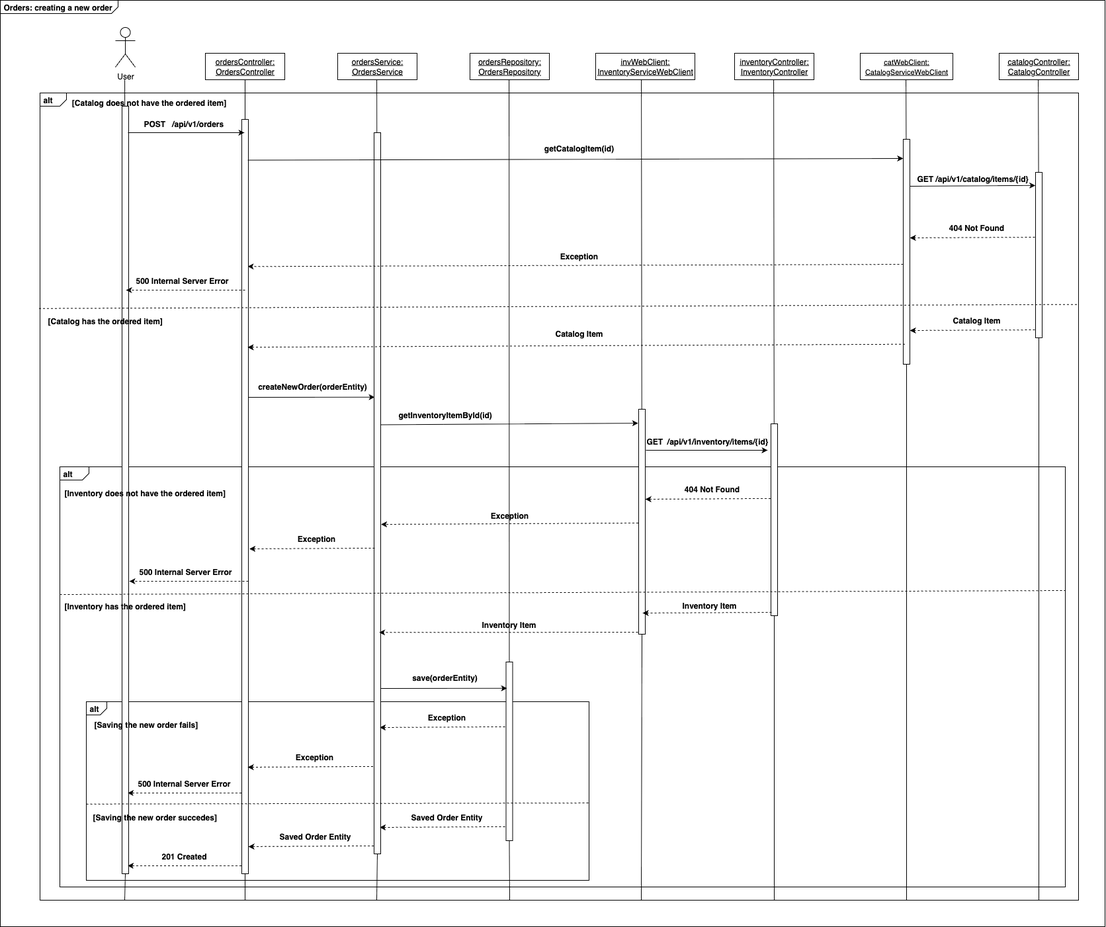
Earlier version of the draw.io export docs/images/oms-ord-sd.png (abhitatachar2000/order-management-system). Source tidied: cells renumbered, new cells last; positions are measured from the earlier drawing's top-left corner, leaving out a move shared by most shapes.
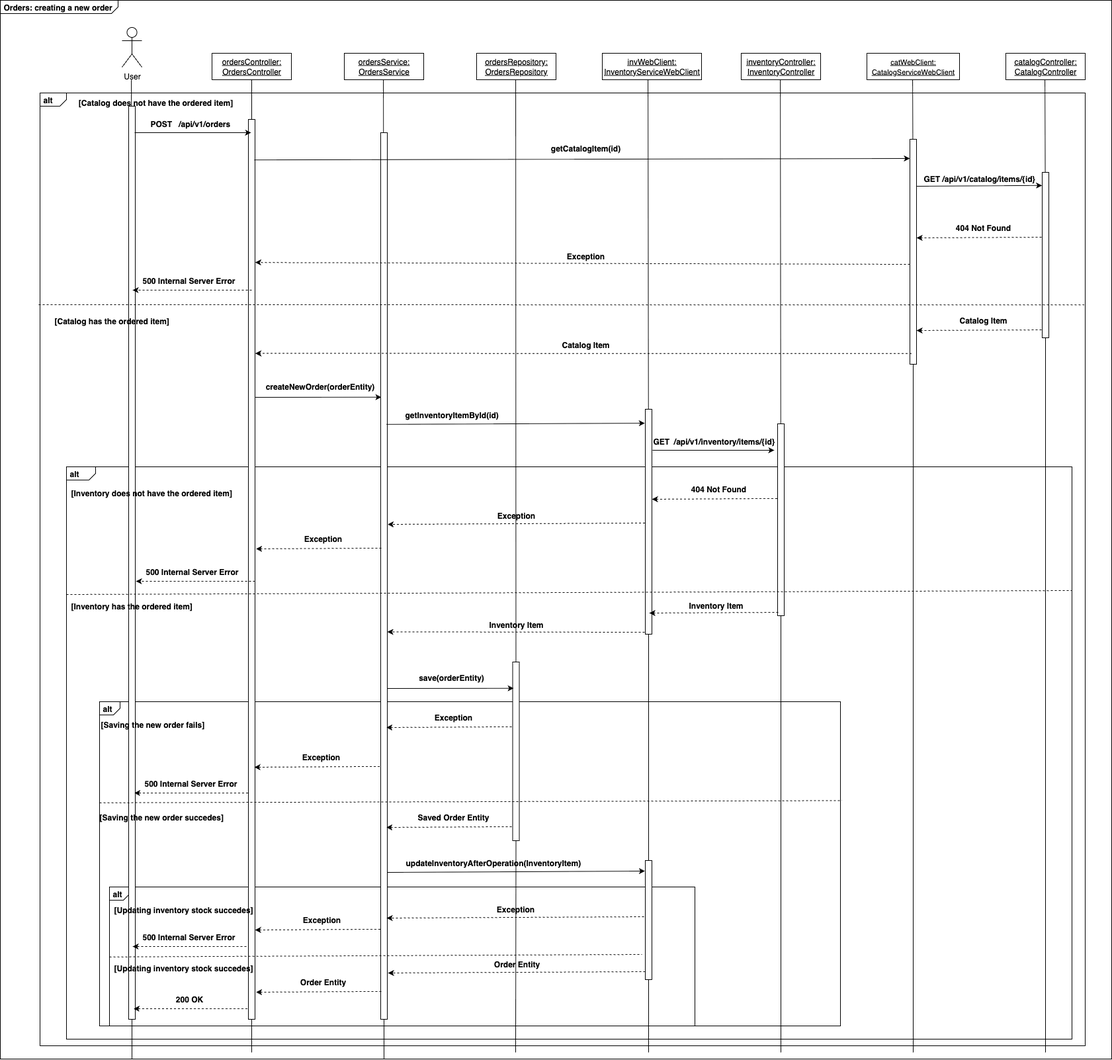
Above is the later version.

Change to the diagram source:
```diff
@@ -3,17 +3,20 @@
     <mxCell id="0" />
     <mxCell id="1" parent="0" />
     <mxCell id="2" value="&lt;p style=&quot;margin:0px;margin-top:4px;margin-left:5px;text-align:left;&quot;&gt;&lt;b&gt;Orders: creating a new order&lt;/b&gt;&lt;/p&gt;" style="html=1;shape=mxgraph.sysml.package;overflow=fill;labelX=178.17;align=left;spacingLeft=5;verticalAlign=top;spacingTop=-3;" parent="1" vertex="1">
-      <mxGeometry width="1670" height="1400" as="geometry" />
+      <mxGeometry x="-10" width="1680" height="1600" as="geometry" />
     </mxCell>
     <mxCell id="3" value="&lt;p style=&quot;margin:0px;margin-top:4px;margin-left:5px;text-align:left;&quot;&gt;&lt;b&gt;alt&lt;/b&gt;&lt;/p&gt;" style="html=1;shape=mxgraph.sysml.package;overflow=fill;labelX=40;align=left;spacingLeft=5;verticalAlign=top;spacingTop=-3;" parent="1" vertex="1">
-      <mxGeometry x="60" y="140" width="1570" height="1220" as="geometry" />
+      <mxGeometry x="50" y="140" width="1580" height="1440" as="geometry" />
     </mxCell>
     <mxCell id="4" value="&lt;p style=&quot;margin:0px;margin-top:4px;margin-left:5px;text-align:left;&quot;&gt;&lt;b&gt;alt&lt;/b&gt;&lt;/p&gt;" style="html=1;shape=mxgraph.sysml.package;overflow=fill;labelX=44.83;align=left;spacingLeft=5;verticalAlign=top;spacingTop=-3;" parent="1" vertex="1">
-      <mxGeometry x="90" y="705" width="1520" height="635" as="geometry" />
+      <mxGeometry x="90" y="705" width="1520" height="865" as="geometry" />
     </mxCell>
     <mxCell id="5" value="&lt;p style=&quot;margin:0px;margin-top:4px;margin-left:5px;text-align:left;&quot;&gt;&lt;b&gt;alt&lt;/b&gt;&lt;/p&gt;" style="html=1;shape=mxgraph.sysml.package;overflow=fill;labelX=31.5;align=left;spacingLeft=5;verticalAlign=top;spacingTop=-3;" parent="1" vertex="1">
-      <mxGeometry x="130" y="1060" width="760" height="270" as="geometry" />
+      <mxGeometry x="140" y="1060" width="1120" height="490" as="geometry" />
     </mxCell>
+    <mxCell id="95" value="&lt;p style=&quot;margin:0px;margin-top:4px;margin-left:5px;text-align:left;&quot;&gt;&lt;b&gt;alt&lt;/b&gt;&lt;/p&gt;" style="html=1;shape=mxgraph.sysml.package;overflow=fill;labelX=31.08;align=left;spacingLeft=5;verticalAlign=top;spacingTop=-3;" parent="1" vertex="1">
+      <mxGeometry x="155" y="1340" width="885" height="210" as="geometry" />
+    </mxCell>
     <mxCell id="6" value="User" style="shape=umlActor;verticalLabelPosition=bottom;verticalAlign=top;html=1;" parent="1" vertex="1">
       <mxGeometry x="174" y="41" width="30" height="60" as="geometry" />
     </mxCell>
@@ -78,19 +81,19 @@
     </mxCell>
     <mxCell id="22" style="endArrow=none;html=1;rounded=0;entryX=0.5;entryY=1;entryDx=0;entryDy=0;" parent="1" edge="1" target="23">
       <mxGeometry relative="1" as="geometry">
-        <mxPoint x="188" y="1360" as="sourcePoint" />
+        <mxPoint x="189" y="1600" as="sourcePoint" />
       </mxGeometry>
     </mxCell>
     <mxCell id="23" style="rounded=0;whiteSpace=wrap;html=1;" parent="1" vertex="1">
-      <mxGeometry x="184" y="160" width="10" height="1160" as="geometry" />
+      <mxGeometry x="184" y="160" width="10" height="1380" as="geometry" />
     </mxCell>
     <mxCell id="24" style="endArrow=none;html=1;rounded=0;entryX=0.5;entryY=1;entryDx=0;entryDy=0;" parent="1" edge="1" target="25">
       <mxGeometry relative="1" as="geometry">
-        <mxPoint x="370" y="1360" as="sourcePoint" />
+        <mxPoint x="370" y="1590" as="sourcePoint" />
       </mxGeometry>
     </mxCell>
     <mxCell id="25" style="rounded=0;whiteSpace=wrap;html=1;" parent="1" vertex="1">
-      <mxGeometry x="365" y="180" width="10" height="1140" as="geometry" />
+      <mxGeometry x="365" y="180" width="10" height="1360" as="geometry" />
     </mxCell>
     <mxCell id="26" style="endArrow=classic;html=1;rounded=0;" parent="1" edge="1">
       <mxGeometry relative="1" as="geometry">
@@ -100,21 +103,21 @@
     </mxCell>
     <mxCell id="27" style="endArrow=none;html=1;rounded=0;entryX=0.5;entryY=1;entryDx=0;entryDy=0;" parent="1" edge="1" target="28">
       <mxGeometry relative="1" as="geometry">
-        <mxPoint x="569" y="1360" as="sourcePoint" />
+        <mxPoint x="570" y="1600" as="sourcePoint" />
       </mxGeometry>
     </mxCell>
     <mxCell id="28" style="rounded=0;whiteSpace=wrap;html=1;" parent="1" vertex="1">
-      <mxGeometry x="565" y="200" width="10" height="1090" as="geometry" />
+      <mxGeometry x="565" y="200" width="10" height="1340" as="geometry" />
     </mxCell>
     <mxCell id="29" style="endArrow=none;html=1;rounded=0;entryX=0.5;entryY=1;entryDx=0;entryDy=0;" parent="1" edge="1" target="30">
       <mxGeometry relative="1" as="geometry">
-        <mxPoint x="1370" y="1360" as="sourcePoint" />
+        <mxPoint x="1370" y="1590" as="sourcePoint" />
       </mxGeometry>
     </mxCell>
     <mxCell id="30" style="rounded=0;whiteSpace=wrap;html=1;" parent="1" vertex="1">
       <mxGeometry x="1365" y="210" width="10" height="340" as="geometry" />
     </mxCell>
-    <mxCell id="31" style="endArrow=classic;html=1;rounded=0;exitX=0.933;exitY=0.054;exitDx=0;exitDy=0;exitPerimeter=0;" parent="1" edge="1" source="25">
+    <mxCell id="31" style="endArrow=classic;html=1;rounded=0;exitX=0.9;exitY=0.045;exitDx=0;exitDy=0;exitPerimeter=0;" parent="1" edge="1" source="25">
       <mxGeometry relative="1" as="geometry">
         <mxPoint x="1365" y="239" as="targetPoint" />
       </mxGeometry>
@@ -125,7 +128,7 @@
         <mxPoint x="1375" y="359" as="targetPoint" />
       </mxGeometry>
     </mxCell>
-    <mxCell id="33" style="endArrow=classic;html=1;rounded=0;entryX=0.9;entryY=0.195;entryDx=0;entryDy=0;entryPerimeter=0;dashed=1;" parent="1" edge="1" target="25">
+    <mxCell id="33" style="endArrow=classic;html=1;rounded=0;dashed=1;entryX=1.025;entryY=0.159;entryDx=0;entryDy=0;entryPerimeter=0;" parent="1" edge="1" target="25">
       <mxGeometry relative="1" as="geometry">
         <mxPoint x="1365" y="399" as="sourcePoint" />
       </mxGeometry>
@@ -160,11 +163,11 @@
     <mxCell id="41" value="Catalog Item" style="text;whiteSpace=wrap;fontStyle=1;align=center;" parent="1" vertex="1">
       <mxGeometry x="1386" y="470" width="180" height="40" as="geometry" />
     </mxCell>
-    <mxCell id="42" style="endArrow=classic;html=1;rounded=0;entryX=0.883;entryY=0.302;entryDx=0;entryDy=0;entryPerimeter=0;dashed=1;exitX=0.243;exitY=0.911;exitDx=0;exitDy=0;exitPerimeter=0;" parent="1" edge="1" source="30" target="25">
+    <mxCell id="42" style="endArrow=classic;html=1;rounded=0;dashed=1;exitX=0.262;exitY=0.952;exitDx=0;exitDy=0;exitPerimeter=0;entryX=1.056;entryY=0.26;entryDx=0;entryDy=0;entryPerimeter=0;" parent="1" edge="1" source="30" target="25">
       <mxGeometry relative="1" as="geometry" />
     </mxCell>
     <mxCell id="43" value="Catalog Item" style="text;whiteSpace=wrap;fontStyle=1;align=center;" parent="1" vertex="1">
-      <mxGeometry x="785" y="490" width="180" height="40" as="geometry" />
+      <mxGeometry x="785" y="507" width="180" height="40" as="geometry" />
     </mxCell>
     <mxCell id="44" style="endArrow=classic;html=1;rounded=0;entryX=0.1;entryY=0.364;entryDx=0;entryDy=0;entryPerimeter=0;" parent="1" edge="1">
       <mxGeometry relative="1" as="geometry">
@@ -173,11 +176,11 @@
       </mxGeometry>
     </mxCell>
     <mxCell id="45" value="createNewOrder(orderEntity)" style="text;whiteSpace=wrap;fontStyle=1;align=center;" parent="1" vertex="1">
-      <mxGeometry x="397" y="570" width="150" height="40" as="geometry" />
+      <mxGeometry x="400" y="570" width="147" height="39.2" as="geometry" />
     </mxCell>
     <mxCell id="46" style="endArrow=none;html=1;rounded=0;entryX=0.5;entryY=1;entryDx=0;entryDy=0;" parent="1" edge="1" target="47">
       <mxGeometry relative="1" as="geometry">
-        <mxPoint x="1570" y="1360" as="sourcePoint" />
+        <mxPoint x="1570" y="1590" as="sourcePoint" />
       </mxGeometry>
     </mxCell>
     <mxCell id="47" style="rounded=0;whiteSpace=wrap;html=1;" parent="1" vertex="1">
@@ -191,20 +194,18 @@
     <mxCell id="49" value="GET /api/v1/catalog/items/{id}" style="text;whiteSpace=wrap;fontStyle=1;" parent="1" vertex="1">
       <mxGeometry x="1384" y="256" width="180" height="40" as="geometry" />
     </mxCell>
-    <mxCell id="50" style="endArrow=classic;html=1;rounded=0;entryX=-0.065;entryY=0.062;entryDx=0;entryDy=0;entryPerimeter=0;exitX=0.994;exitY=0.405;exitDx=0;exitDy=0;exitPerimeter=0;" parent="1" edge="1" source="28" target="52">
+    <mxCell id="50" style="endArrow=classic;html=1;rounded=0;entryX=-0.065;entryY=0.062;entryDx=0;entryDy=0;entryPerimeter=0;exitX=0.877;exitY=0.329;exitDx=0;exitDy=0;exitPerimeter=0;" parent="1" edge="1" source="28" target="52">
       <mxGeometry relative="1" as="geometry" />
     </mxCell>
-    <mxCell id="51" style="endArrow=none;html=1;rounded=0;entryX=0.5;entryY=1;entryDx=0;entryDy=0;" parent="1" edge="1" target="52">
-      <mxGeometry relative="1" as="geometry">
-        <mxPoint x="969" y="1360" as="sourcePoint" />
-      </mxGeometry>
+    <mxCell id="51" style="endArrow=none;html=1;rounded=0;entryX=0.5;entryY=1;entryDx=0;entryDy=0;" parent="1" edge="1" source="97" target="52">
+      <mxGeometry relative="1" as="geometry" />
     </mxCell>
     <mxCell id="52" style="rounded=0;whiteSpace=wrap;html=1;" parent="1" vertex="1">
       <mxGeometry x="965" y="618" width="10" height="340" as="geometry" />
     </mxCell>
     <mxCell id="53" style="endArrow=none;html=1;rounded=0;entryX=0.5;entryY=1;entryDx=0;entryDy=0;" parent="1" edge="1" target="54">
       <mxGeometry relative="1" as="geometry">
-        <mxPoint x="1170" y="1360" as="sourcePoint" />
+        <mxPoint x="1170" y="1590" as="sourcePoint" />
       </mxGeometry>
     </mxCell>
     <mxCell id="54" style="rounded=0;whiteSpace=wrap;html=1;" parent="1" vertex="1">
@@ -262,7 +263,7 @@
     <mxCell id="66" value="Inventory Item" style="text;whiteSpace=wrap;fontStyle=1;align=center;" parent="1" vertex="1">
       <mxGeometry x="982" y="901" width="180" height="40" as="geometry" />
     </mxCell>
-    <mxCell id="67" style="endArrow=classic;html=1;rounded=0;entryX=0.767;entryY=0.693;entryDx=0;entryDy=0;entryPerimeter=0;exitX=0.994;exitY=0.405;exitDx=0;exitDy=0;exitPerimeter=0;dashed=1;" parent="1" edge="1" target="28">
+    <mxCell id="67" style="endArrow=classic;html=1;rounded=0;entryX=1.012;entryY=0.563;entryDx=0;entryDy=0;entryPerimeter=0;exitX=0.994;exitY=0.405;exitDx=0;exitDy=0;exitPerimeter=0;dashed=1;" parent="1" edge="1" target="28">
       <mxGeometry relative="1" as="geometry">
         <mxPoint x="964" y="955" as="sourcePoint" />
       </mxGeometry>
@@ -272,7 +273,7 @@
     </mxCell>
     <mxCell id="69" style="endArrow=none;html=1;rounded=0;entryX=0.5;entryY=1;entryDx=0;entryDy=0;" parent="1" edge="1" target="70">
       <mxGeometry relative="1" as="geometry">
-        <mxPoint x="770" y="1360" as="sourcePoint" />
+        <mxPoint x="769" y="1590" as="sourcePoint" />
       </mxGeometry>
     </mxCell>
     <mxCell id="70" style="rounded=0;whiteSpace=wrap;html=1;" parent="1" vertex="1">
@@ -322,24 +323,11 @@
     <mxCell id="81" value="Saved Order Entity" style="text;whiteSpace=wrap;fontStyle=1;align=center;" parent="1" vertex="1">
       <mxGeometry x="584.5" y="1221" width="180" height="40" as="geometry" />
     </mxCell>
-    <mxCell id="82" style="endArrow=classic;html=1;rounded=0;dashed=1;exitX=0.991;exitY=0.697;exitDx=0;exitDy=0;exitPerimeter=0;" parent="1" edge="1" source="83">
-      <mxGeometry relative="1" as="geometry">
-        <mxPoint x="375" y="1279" as="targetPoint" />
-      </mxGeometry>
-    </mxCell>
-    <mxCell id="83" value="Saved Order Entity" style="text;whiteSpace=wrap;fontStyle=1;align=center;" parent="1" vertex="1">
-      <mxGeometry x="386" y="1250" width="180" height="40" as="geometry" />
-    </mxCell>
-    <mxCell id="84" style="endArrow=classic;html=1;rounded=0;dashed=1;exitX=0.984;exitY=0.702;exitDx=0;exitDy=0;exitPerimeter=0;" parent="1" edge="1" source="85">
-      <mxGeometry relative="1" as="geometry">
-        <mxPoint x="192.5" y="1308" as="targetPoint" />
-      </mxGeometry>
-    </mxCell>
-    <mxCell id="85" value="201 Created" style="text;whiteSpace=wrap;fontStyle=1;align=center;" parent="1" vertex="1">
-      <mxGeometry x="187.5" y="1280" width="180" height="40" as="geometry" />
-    </mxCell>
-    <mxCell id="86" style="endArrow=none;html=1;rounded=0;exitX=-0.001;exitY=0.267;exitDx=0;exitDy=0;exitPerimeter=0;entryX=0.999;entryY=0.262;entryDx=0;entryDy=0;entryPerimeter=0;dashed=1;" parent="1" edge="1" source="3" target="3">
-      <mxGeometry relative="1" as="geometry" />
+    <mxCell id="86" style="endArrow=none;html=1;rounded=0;entryX=0.999;entryY=0.262;entryDx=0;entryDy=0;entryPerimeter=0;dashed=1;" parent="1" edge="1">
+      <mxGeometry relative="1" as="geometry">
+        <mxPoint x="48" y="460" as="sourcePoint" />
+        <mxPoint x="1628.4" y="460.3" as="targetPoint" />
+      </mxGeometry>
     </mxCell>
     <mxCell id="87" style="endArrow=none;html=1;rounded=0;exitX=-0.001;exitY=0.267;exitDx=0;exitDy=0;exitPerimeter=0;dashed=1;" parent="1" edge="1">
       <mxGeometry relative="1" as="geometry">
@@ -347,8 +335,10 @@
         <mxPoint x="1610" y="892" as="targetPoint" />
       </mxGeometry>
     </mxCell>
-    <mxCell id="88" style="endArrow=none;html=1;rounded=0;exitX=0;exitY=0.573;exitDx=0;exitDy=0;exitPerimeter=0;entryX=1;entryY=0.567;entryDx=0;entryDy=0;entryPerimeter=0;dashed=1;" parent="1" edge="1" source="5" target="5">
-      <mxGeometry relative="1" as="geometry" />
+    <mxCell id="88" style="endArrow=none;html=1;rounded=0;exitX=0;exitY=0.573;exitDx=0;exitDy=0;exitPerimeter=0;entryX=1.002;entryY=0.305;entryDx=0;entryDy=0;entryPerimeter=0;dashed=1;" parent="1" edge="1" target="5">
+      <mxGeometry relative="1" as="geometry">
+        <mxPoint x="140" y="1212.8" as="sourcePoint" />
+      </mxGeometry>
     </mxCell>
     <mxCell id="89" value="[Catalog does not have the ordered item]" style="text;html=1;align=center;verticalAlign=middle;whiteSpace=wrap;rounded=0;fontStyle=1;" parent="1" vertex="1">
       <mxGeometry x="85" y="140" width="280" height="30" as="geometry" />
@@ -368,5 +358,84 @@
     <mxCell id="94" value="[Saving the new order succedes]" style="text;html=1;align=left;verticalAlign=middle;whiteSpace=wrap;rounded=0;fontStyle=1;" parent="1" vertex="1">
       <mxGeometry x="137.5" y="1220" width="280" height="30" as="geometry" />
     </mxCell>
+    <mxCell id="96" style="endArrow=none;html=1;rounded=0;entryX=0.5;entryY=1;entryDx=0;entryDy=0;" parent="1" edge="1" target="97">
+      <mxGeometry relative="1" as="geometry">
+        <mxPoint x="970" y="1590" as="sourcePoint" />
+      </mxGeometry>
+    </mxCell>
+    <mxCell id="97" style="rounded=0;whiteSpace=wrap;html=1;" parent="1" vertex="1">
+      <mxGeometry x="965" y="1300" width="10" height="180" as="geometry" />
+    </mxCell>
+    <mxCell id="98" style="endArrow=classic;html=1;rounded=0;entryX=-0.065;entryY=0.062;entryDx=0;entryDy=0;entryPerimeter=0;exitX=0.994;exitY=0.405;exitDx=0;exitDy=0;exitPerimeter=0;" parent="1" edge="1">
+      <mxGeometry relative="1" as="geometry">
+        <mxPoint x="575.5" y="1318" as="sourcePoint" />
+        <mxPoint x="964.5" y="1316" as="targetPoint" />
+      </mxGeometry>
+    </mxCell>
+    <mxCell id="99" value="updateInventoryAfterOperation(InventoryItem)" style="text;whiteSpace=wrap;fontStyle=1;" parent="1" vertex="1">
+      <mxGeometry x="600.5" y="1290" width="150" height="40" as="geometry" />
+    </mxCell>
+    <mxCell id="100" style="endArrow=classic;html=1;rounded=0;entryX=-0.065;entryY=0.062;entryDx=0;entryDy=0;entryPerimeter=0;exitX=0.994;exitY=0.405;exitDx=0;exitDy=0;exitPerimeter=0;dashed=1;" parent="1" edge="1">
+      <mxGeometry relative="1" as="geometry">
+        <mxPoint x="963" y="1385" as="sourcePoint" />
+        <mxPoint x="574" y="1387" as="targetPoint" />
+      </mxGeometry>
+    </mxCell>
+    <mxCell id="101" value="Exception" style="text;whiteSpace=wrap;fontStyle=1;align=center;" parent="1" vertex="1">
+      <mxGeometry x="678.5" y="1360" width="180" height="40" as="geometry" />
+    </mxCell>
+    <mxCell id="102" style="endArrow=classic;html=1;rounded=0;dashed=1;exitX=0.991;exitY=0.697;exitDx=0;exitDy=0;exitPerimeter=0;" parent="1" edge="1" source="103">
+      <mxGeometry relative="1" as="geometry">
+        <mxPoint x="375" y="1405" as="targetPoint" />
+      </mxGeometry>
+    </mxCell>
+    <mxCell id="103" value="Exception" style="text;whiteSpace=wrap;fontStyle=1;align=center;" parent="1" vertex="1">
+      <mxGeometry x="386" y="1376" width="180" height="40" as="geometry" />
+    </mxCell>
+    <mxCell id="104" style="endArrow=classic;html=1;rounded=0;dashed=1;exitX=0.984;exitY=0.702;exitDx=0;exitDy=0;exitPerimeter=0;" parent="1" edge="1" source="105">
+      <mxGeometry relative="1" as="geometry">
+        <mxPoint x="190" y="1430" as="targetPoint" />
+      </mxGeometry>
+    </mxCell>
+    <mxCell id="105" value="500 Internal Server Error" style="text;whiteSpace=wrap;fontStyle=1;align=center;" parent="1" vertex="1">
+      <mxGeometry x="185" y="1402" width="180" height="40" as="geometry" />
+    </mxCell>
+    <mxCell id="106" style="endArrow=classic;html=1;rounded=0;entryX=-0.065;entryY=0.062;entryDx=0;entryDy=0;entryPerimeter=0;exitX=0.994;exitY=0.405;exitDx=0;exitDy=0;exitPerimeter=0;dashed=1;" parent="1" edge="1">
+      <mxGeometry relative="1" as="geometry">
+        <mxPoint x="965" y="1468" as="sourcePoint" />
+        <mxPoint x="576" y="1470" as="targetPoint" />
+      </mxGeometry>
+    </mxCell>
+    <mxCell id="107" value="Order Entity" style="text;whiteSpace=wrap;fontStyle=1;align=center;" parent="1" vertex="1">
+      <mxGeometry x="680.5" y="1443" width="180" height="40" as="geometry" />
+    </mxCell>
+    <mxCell id="108" style="endArrow=classic;html=1;rounded=0;dashed=1;exitX=0.991;exitY=0.697;exitDx=0;exitDy=0;exitPerimeter=0;" parent="1" edge="1" source="109">
+      <mxGeometry relative="1" as="geometry">
+        <mxPoint x="376.5" y="1499" as="targetPoint" />
+      </mxGeometry>
+    </mxCell>
+    <mxCell id="109" value="Order Entity" style="text;whiteSpace=wrap;fontStyle=1;align=center;" parent="1" vertex="1">
+      <mxGeometry x="387.5" y="1470" width="180" height="40" as="geometry" />
+    </mxCell>
+    <mxCell id="110" style="endArrow=classic;html=1;rounded=0;dashed=1;exitX=0.984;exitY=0.702;exitDx=0;exitDy=0;exitPerimeter=0;" parent="1" edge="1" source="111">
+      <mxGeometry relative="1" as="geometry">
+        <mxPoint x="191.5" y="1524" as="targetPoint" />
+      </mxGeometry>
+    </mxCell>
+    <mxCell id="111" value="200 OK" style="text;whiteSpace=wrap;fontStyle=1;align=center;" parent="1" vertex="1">
+      <mxGeometry x="186.5" y="1496" width="180" height="40" as="geometry" />
+    </mxCell>
+    <mxCell id="112" style="endArrow=none;html=1;rounded=0;exitX=0;exitY=0.573;exitDx=0;exitDy=0;exitPerimeter=0;dashed=1;" parent="1" edge="1">
+      <mxGeometry relative="1" as="geometry">
+        <mxPoint x="155" y="1445.8" as="sourcePoint" />
+        <mxPoint x="960" y="1442" as="targetPoint" />
+      </mxGeometry>
+    </mxCell>
+    <mxCell id="113" value="[Updating inventory stock succedes]" style="text;html=1;align=left;verticalAlign=middle;whiteSpace=wrap;rounded=0;fontStyle=1;" parent="1" vertex="1">
+      <mxGeometry x="160" y="1448" width="280" height="30" as="geometry" />
+    </mxCell>
+    <mxCell id="114" value="[Updating inventory stock succedes]" style="text;html=1;align=left;verticalAlign=middle;whiteSpace=wrap;rounded=0;fontStyle=1;" parent="1" vertex="1">
+      <mxGeometry x="160" y="1360" width="280" height="30" as="geometry" />
+    </mxCell>
   </root>
 </mxGraphModel>
```
